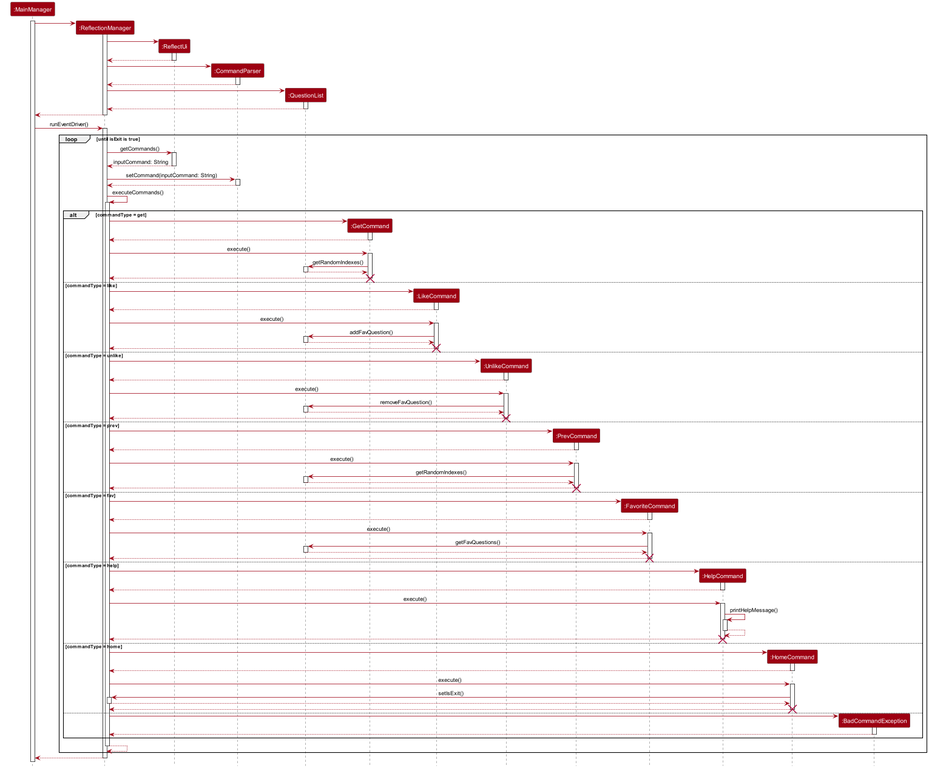
Above: docs/diagrams/ReflectionSequenceDiagram.png in wenxin-c/tp (PlantUML), before the change.
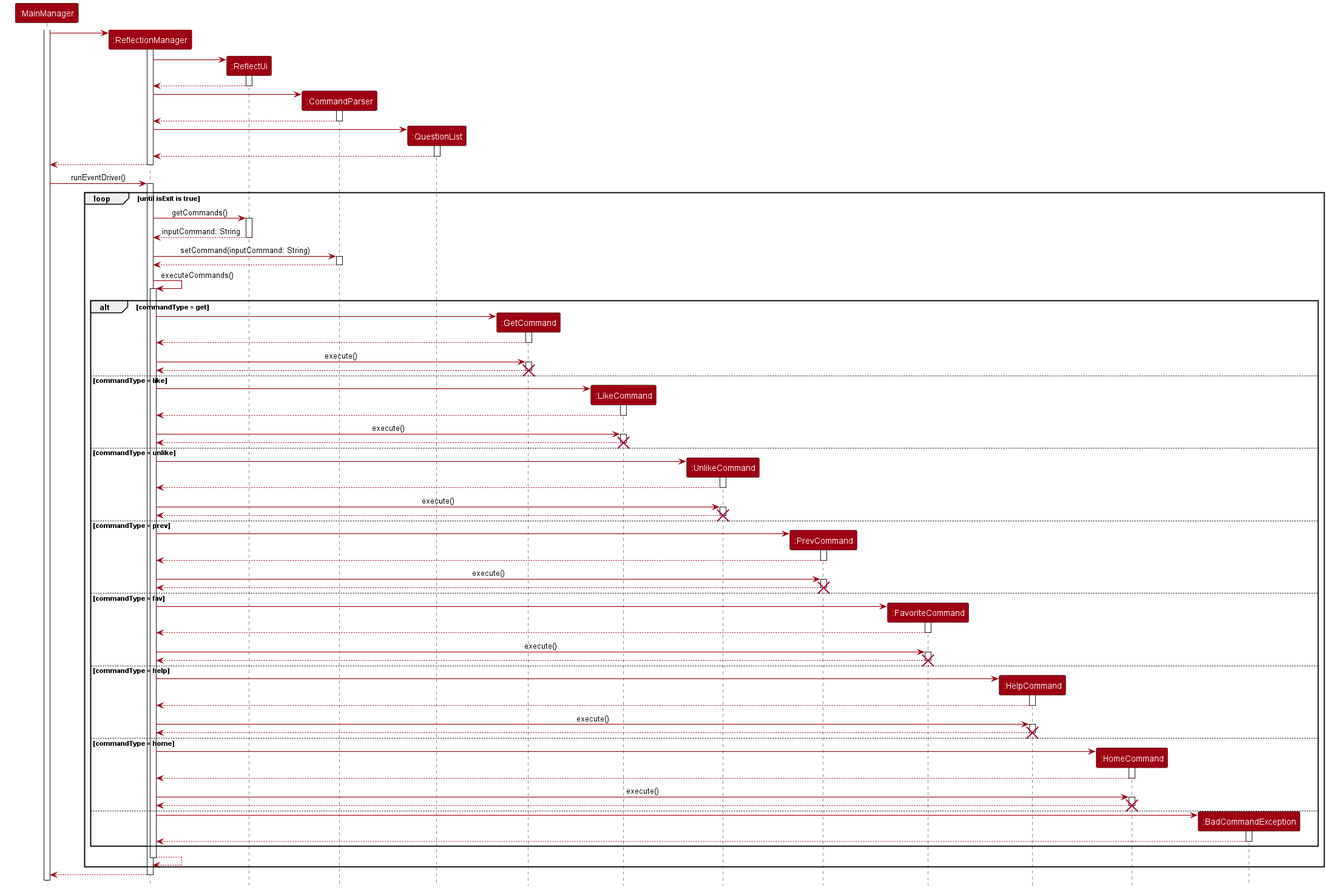
After the commit.

Commit message:
Simplify self reflection sequence diagram

Change to the diagram source:
```diff
@@ -72,10 +72,6 @@
 
             ReflectionManager -> GetCommand : execute()
             activate GetCommand
-            GetCommand -> QuestionList : getRandomIndexes()
-            activate QuestionList
-            QuestionList --> GetCommand
-            deactivate QuestionList
 
             GetCommand --> ReflectionManager
             deactivate GetCommand
@@ -90,10 +86,6 @@
 
             ReflectionManager -> LikeCommand : execute()
             activate LikeCommand
-            LikeCommand -> QuestionList : addFavQuestion()
-            activate QuestionList
-            QuestionList --> LikeCommand
-            deactivate QuestionList
 
             LikeCommand --> ReflectionManager
             deactivate LikeCommand
@@ -109,10 +101,6 @@
             ReflectionManager -> UnlikeCommand : execute()
             activate UnlikeCommand
 
-            UnlikeCommand -> QuestionList : removeFavQuestion()
-            activate QuestionList
-            QuestionList --> UnlikeCommand
-            deactivate QuestionList
             UnlikeCommand --> ReflectionManager
             deactivate UnlikeCommand
             destroy UnlikeCommand
@@ -127,10 +115,6 @@
             ReflectionManager -> PrevCommand : execute()
             activate PrevCommand
 
-            PrevCommand -> QuestionList : getRandomIndexes()
-            activate QuestionList
-            QuestionList --> PrevCommand
-            deactivate QuestionList
             PrevCommand --> ReflectionManager
             deactivate PrevCommand
             destroy PrevCommand
@@ -144,10 +128,6 @@
 
             ReflectionManager -> FavoriteCommand : execute()
             activate FavoriteCommand
-            FavoriteCommand -> QuestionList : getFavQuestions()
-            activate QuestionList
-            QuestionList --> FavoriteCommand
-            deactivate QuestionList
 
             FavoriteCommand --> ReflectionManager
             deactivate FavoriteCommand
@@ -163,10 +143,6 @@
             ReflectionManager -> HelpCommand : execute()
             activate HelpCommand
 
-            HelpCommand -> HelpCommand : printHelpMessage()
-            activate HelpCommand
-            HelpCommand --> HelpCommand
-            deactivate HelpCommand
             HelpCommand --> ReflectionManager
             deactivate HelpCommand
             destroy HelpCommand
@@ -181,10 +157,6 @@
             ReflectionManager -> HomeCommand : execute()
             activate HomeCommand
 
-            HomeCommand -> ReflectionManager : setIsExit()
-            activate ReflectionManager
-            ReflectionManager --> HomeCommand
-            deactivate ReflectionManager
             HomeCommand --> ReflectionManager
             deactivate HomeCommand
             destroy HomeCommand
```
